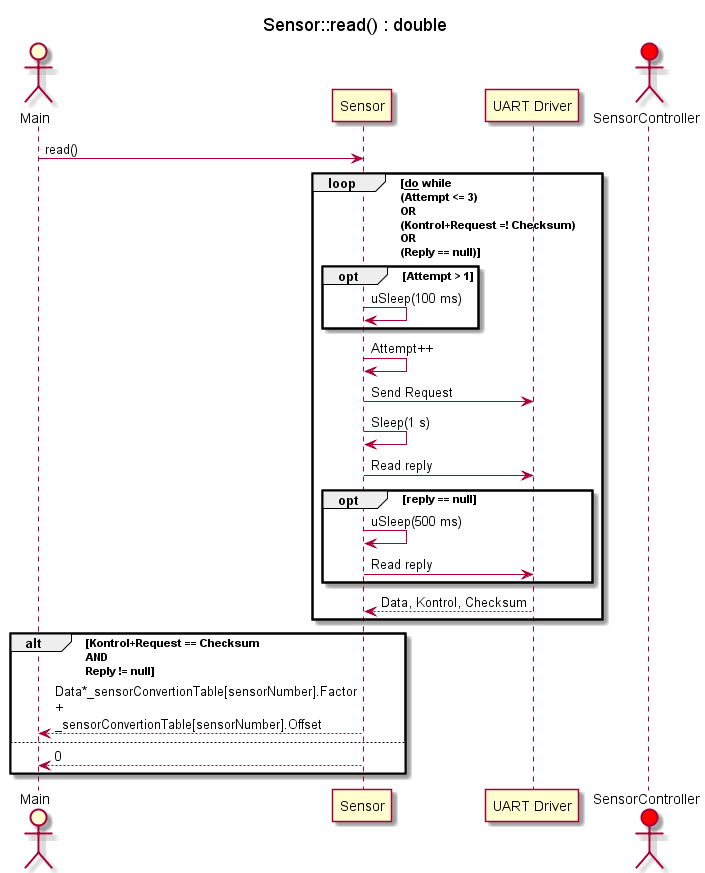
This is Design/SE/SensorController Driver/SD_read/SD_SensorControllerRead.png from Solvgraa-mager/E4PRJ4, a PlantUML export, as it was before one commit.
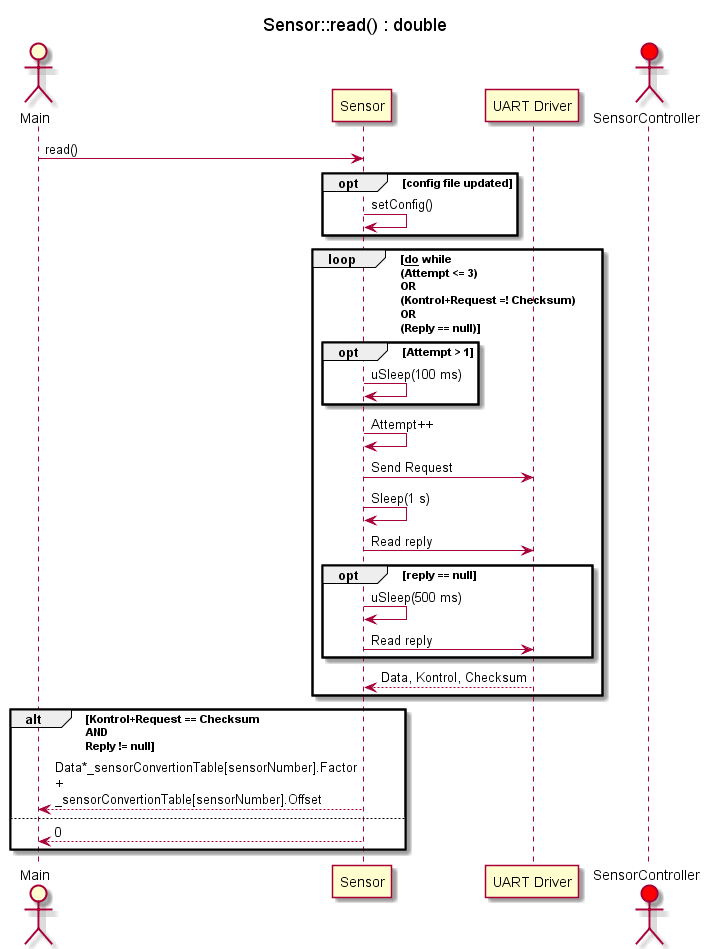
After the change.

What changed in the source:
```diff
@@ -9,7 +9,13 @@
 participant "UART Driver" as UART
 actor SensorController as SC #red
 
+
 Main -> SD : read()
+
+opt config file updated
+SD -> SD : setConfig()
+end
+
 loop <u>do</u> while \n(Attempt <= 3) \nOR \n(Kontrol+Request =! Checksum) \nOR \n(Reply == null)
     opt Attempt > 1
         SD -> SD : uSleep(100 ms)
```
